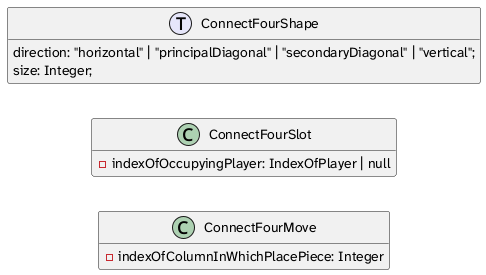
The PlantUML diagram academic_work/assets/images/uml/games/simplified_class_diagram_of_package_games.png in gabdumal/tcc-gabriel-malosto-2026, before a commit.
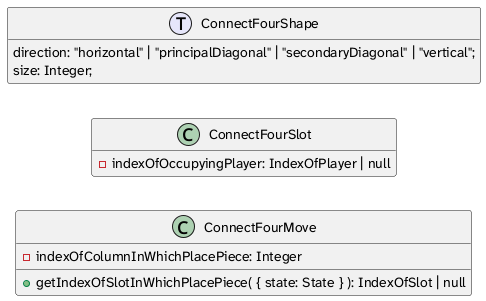
The same diagram one commit later.

Diff of the diagram source:
```diff
@@ -24,6 +24,7 @@
 
 class ConnectFourMove {
   - indexOfColumnInWhichPlacePiece: Integer
+  + getIndexOfSlotInWhichPlacePiece( { state: State } ): IndexOfSlot | null
 }
 
 ConnectFourShape -[hidden] ConnectFourSlot
```
